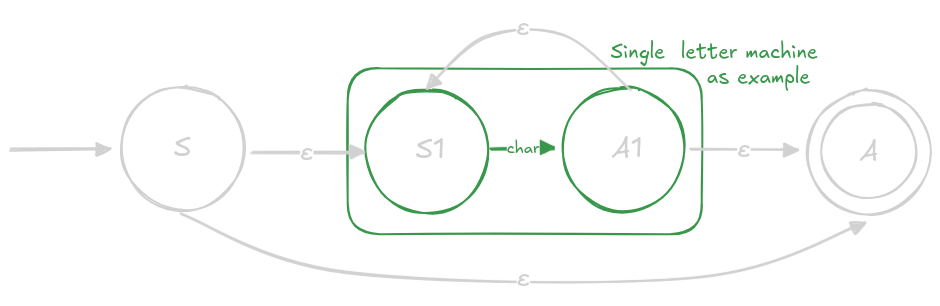
Obito-git/ft_lex keeps this Excalidraw diagram as regex/docs/regex_kleene_star.png. Above is the earlier version. Source tidied: one line per element, renumbered; positions are measured from the earlier drawing's top-left corner, leaving out a move shared by most shapes. Its diagram source:
```json
{"id": 0, "type": "ellipse", "strokeColor": "#1e1e1e", "strokeWidth": 2, "roughness": 1, "round": true, "x": 812, "y": 93, "width": 94, "height": 95}
{"id": 1, "type": "ellipse", "strokeColor": "#1e1e1e", "strokeWidth": 2, "roughness": 1, "round": true, "x": 798, "y": 80, "width": 123, "height": 124}
{"id": 2, "type": "text", "text": "A", "strokeColor": "#1e1e1e", "strokeWidth": 2, "roughness": 1, "fontSize": 28, "fontFamily": 5, "textAlign": "center", "verticalAlign": "middle", "inside": 1, "x": 850, "y": 125, "width": 19, "height": 35}
{"id": 3, "type": "ellipse", "strokeColor": "#1e1e1e", "strokeWidth": 2, "roughness": 1, "round": true, "x": 112, "y": 76, "width": 123, "height": 124}
{"id": 4, "type": "text", "text": "S", "strokeColor": "#1e1e1e", "strokeWidth": 2, "roughness": 1, "fontSize": 28, "fontFamily": 5, "textAlign": "center", "verticalAlign": "middle", "inside": 3, "x": 164, "y": 121, "width": 17, "height": 35}
{"id": 5, "type": "ellipse", "strokeColor": "#2f9e44", "strokeWidth": 2, "roughness": 1, "round": true, "x": 356, "y": 79, "width": 123, "height": 124}
{"id": 6, "type": "ellipse", "strokeColor": "#2f9e44", "strokeWidth": 2, "roughness": 1, "round": true, "x": 552, "y": 77, "width": 123, "height": 124}
{"id": 7, "type": "rectangle", "strokeColor": "#2f9e44", "strokeWidth": 2, "roughness": 1, "round": true, "x": 338, "y": 58, "width": 354, "height": 166}
{"id": 8, "type": "arrow", "strokeColor": "#1e1e1e", "strokeWidth": 2, "roughness": 1, "endArrowhead": "triangle", "round": true, "to": 3, "x": 0, "y": 139, "width": 100, "height": 0, "points": [[0, 0], [100, 0]]}
{"id": 9, "type": "arrow", "strokeColor": "#1e1e1e", "strokeWidth": 2, "roughness": 1, "endArrowhead": "triangle", "round": true, "from": 3, "to": 7, "x": 241, "y": 143, "width": 112, "height": 1, "points": [[0, 0], [112, -1]]}
{"id": 10, "type": "text", "text": "ε", "strokeColor": "#1e1e1e", "strokeWidth": 2, "roughness": 1, "fontSize": 28, "fontFamily": 5, "textAlign": "center", "verticalAlign": "middle", "inside": 9, "x": 290, "y": 125, "width": 13, "height": 35}
{"id": 11, "type": "arrow", "strokeColor": "#1e1e1e", "strokeWidth": 2, "roughness": 1, "endArrowhead": "triangle", "round": true, "from": 7, "to": 1, "x": 680, "y": 139, "width": 108, "height": 0, "points": [[0, 0], [108, 0]]}
{"id": 12, "type": "text", "text": "ε", "strokeColor": "#1e1e1e", "strokeWidth": 2, "roughness": 1, "fontSize": 28, "fontFamily": 5, "textAlign": "center", "verticalAlign": "middle", "inside": 11, "x": 728, "y": 122, "width": 13, "height": 35}
{"id": 13, "type": "text", "text": "S1", "strokeColor": "#1e1e1e", "strokeWidth": 2, "roughness": 1, "fontSize": 28, "fontFamily": 5, "x": 406, "y": 123, "width": 29, "height": 35}
{"id": 14, "type": "text", "text": "A1", "strokeColor": "#1e1e1e", "strokeWidth": 2, "roughness": 1, "fontSize": 28, "fontFamily": 5, "x": 602, "y": 122, "width": 31, "height": 35}
{"id": 15, "type": "arrow", "strokeColor": "#1e1e1e", "strokeWidth": 2, "roughness": 1, "endArrowhead": "triangle", "round": true, "from": 7, "to": 7, "x": 620, "y": 78, "width": 202, "height": 56, "points": [[0, 0], [-67, -56], [-146, -53], [-202, -2]]}
{"id": 16, "type": "text", "text": "ε", "strokeColor": "#1e1e1e", "strokeWidth": 2, "roughness": 1, "fontSize": 28, "fontFamily": 5, "textAlign": "center", "verticalAlign": "middle", "inside": 15, "x": 506, "y": 0, "width": 13, "height": 35}
{"id": 17, "type": "arrow", "strokeColor": "#1e1e1e", "strokeWidth": 2, "roughness": 1, "endArrowhead": "triangle", "round": true, "from": 3, "to": 1, "x": 172, "y": 202, "width": 684, "height": 63, "points": [[0, 0], [163, 57], [515, 63], [684, 7]]}
{"id": 18, "type": "text", "text": "ε", "strokeColor": "#1e1e1e", "strokeWidth": 2, "roughness": 1, "fontSize": 28, "fontFamily": 5, "textAlign": "center", "verticalAlign": "middle", "inside": 17, "x": 507, "y": 251, "width": 13, "height": 35}
{"id": 19, "type": "arrow", "strokeColor": "#2f9e44", "strokeWidth": 2, "roughness": 1, "endArrowhead": "triangle", "round": true, "from": 5, "to": 6, "x": 481, "y": 139, "width": 65, "height": 1, "points": [[0, 0], [65, -1]]}
{"id": 20, "type": "text", "text": "char", "strokeColor": "#2f9e44", "strokeWidth": 2, "roughness": 1, "fontSize": 16, "fontFamily": 5, "textAlign": "center", "verticalAlign": "middle", "inside": 19, "x": 497, "y": 129, "width": 33, "height": 20}
{"id": 21, "type": "text", "text": "Single  letter machine\n            as example", "strokeColor": "#2f9e44", "strokeWidth": 2, "roughness": 1, "fontSize": 20, "fontFamily": 5, "x": 601, "y": 31, "width": 207, "height": 50}
```
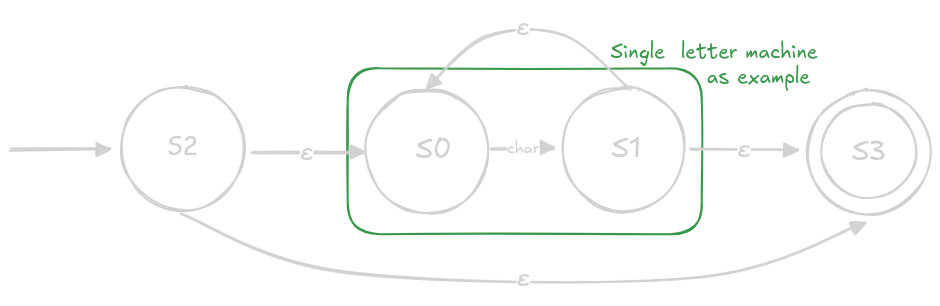
The same file after the commit.

Diff of the diagram source:
```diff
@@ -1,22 +1,22 @@
 {"id": 0, "type": "ellipse", "strokeColor": "#1e1e1e", "strokeWidth": 2, "roughness": 1, "round": true, "x": 812, "y": 93, "width": 94, "height": 95}
 {"id": 1, "type": "ellipse", "strokeColor": "#1e1e1e", "strokeWidth": 2, "roughness": 1, "round": true, "x": 798, "y": 80, "width": 123, "height": 124}
-{"id": 2, "type": "text", "text": "A", "strokeColor": "#1e1e1e", "strokeWidth": 2, "roughness": 1, "fontSize": 28, "fontFamily": 5, "textAlign": "center", "verticalAlign": "middle", "inside": 1, "x": 850, "y": 125, "width": 19, "height": 35}
+{"id": 2, "type": "text", "text": "S3", "strokeColor": "#1e1e1e", "strokeWidth": 2, "roughness": 1, "fontSize": 28, "fontFamily": 5, "textAlign": "center", "verticalAlign": "middle", "inside": 1, "x": 842, "y": 125, "width": 34, "height": 35}
 {"id": 3, "type": "ellipse", "strokeColor": "#1e1e1e", "strokeWidth": 2, "roughness": 1, "round": true, "x": 112, "y": 76, "width": 123, "height": 124}
-{"id": 4, "type": "text", "text": "S", "strokeColor": "#1e1e1e", "strokeWidth": 2, "roughness": 1, "fontSize": 28, "fontFamily": 5, "textAlign": "center", "verticalAlign": "middle", "inside": 3, "x": 164, "y": 121, "width": 17, "height": 35}
+{"id": 4, "type": "text", "text": "S2", "strokeColor": "#1e1e1e", "strokeWidth": 2, "roughness": 1, "fontSize": 28, "fontFamily": 8, "textAlign": "center", "verticalAlign": "middle", "inside": 3, "x": 158, "y": 121, "width": 31, "height": 35}
-{"id": 5, "type": "ellipse", "strokeColor": "#2f9e44", "strokeWidth": 2, "roughness": 1, "round": true, "x": 356, "y": 79, "width": 123, "height": 124}
+{"id": 5, "type": "ellipse", "strokeColor": "#1e1e1e", "strokeWidth": 2, "roughness": 1, "round": true, "x": 356, "y": 79, "width": 123, "height": 124}
-{"id": 6, "type": "ellipse", "strokeColor": "#2f9e44", "strokeWidth": 2, "roughness": 1, "round": true, "x": 552, "y": 77, "width": 123, "height": 124}
+{"id": 6, "type": "ellipse", "strokeColor": "#1e1e1e", "strokeWidth": 2, "roughness": 1, "round": true, "x": 552, "y": 77, "width": 123, "height": 124}
 {"id": 7, "type": "rectangle", "strokeColor": "#2f9e44", "strokeWidth": 2, "roughness": 1, "round": true, "x": 338, "y": 58, "width": 354, "height": 166}
 {"id": 8, "type": "arrow", "strokeColor": "#1e1e1e", "strokeWidth": 2, "roughness": 1, "endArrowhead": "triangle", "round": true, "to": 3, "x": 0, "y": 139, "width": 100, "height": 0, "points": [[0, 0], [100, 0]]}
 {"id": 9, "type": "arrow", "strokeColor": "#1e1e1e", "strokeWidth": 2, "roughness": 1, "endArrowhead": "triangle", "round": true, "from": 3, "to": 7, "x": 241, "y": 143, "width": 112, "height": 1, "points": [[0, 0], [112, -1]]}
 {"id": 10, "type": "text", "text": "ε", "strokeColor": "#1e1e1e", "strokeWidth": 2, "roughness": 1, "fontSize": 28, "fontFamily": 5, "textAlign": "center", "verticalAlign": "middle", "inside": 9, "x": 290, "y": 125, "width": 13, "height": 35}
 {"id": 11, "type": "arrow", "strokeColor": "#1e1e1e", "strokeWidth": 2, "roughness": 1, "endArrowhead": "triangle", "round": true, "from": 7, "to": 1, "x": 680, "y": 139, "width": 108, "height": 0, "points": [[0, 0], [108, 0]]}
 {"id": 12, "type": "text", "text": "ε", "strokeColor": "#1e1e1e", "strokeWidth": 2, "roughness": 1, "fontSize": 28, "fontFamily": 5, "textAlign": "center", "verticalAlign": "middle", "inside": 11, "x": 728, "y": 122, "width": 13, "height": 35}
-{"id": 13, "type": "text", "text": "S1", "strokeColor": "#1e1e1e", "strokeWidth": 2, "roughness": 1, "fontSize": 28, "fontFamily": 5, "x": 406, "y": 123, "width": 29, "height": 35}
+{"id": 13, "type": "text", "text": "S0", "strokeColor": "#1e1e1e", "strokeWidth": 2, "roughness": 1, "fontSize": 28, "fontFamily": 5, "x": 406, "y": 123, "width": 36, "height": 35}
-{"id": 14, "type": "text", "text": "A1", "strokeColor": "#1e1e1e", "strokeWidth": 2, "roughness": 1, "fontSize": 28, "fontFamily": 5, "x": 602, "y": 122, "width": 31, "height": 35}
+{"id": 14, "type": "text", "text": "S1", "strokeColor": "#1e1e1e", "strokeWidth": 2, "roughness": 1, "fontSize": 28, "fontFamily": 5, "x": 602, "y": 122, "width": 29, "height": 35}
 {"id": 15, "type": "arrow", "strokeColor": "#1e1e1e", "strokeWidth": 2, "roughness": 1, "endArrowhead": "triangle", "round": true, "from": 7, "to": 7, "x": 620, "y": 78, "width": 202, "height": 56, "points": [[0, 0], [-67, -56], [-146, -53], [-202, -2]]}
 {"id": 16, "type": "text", "text": "ε", "strokeColor": "#1e1e1e", "strokeWidth": 2, "roughness": 1, "fontSize": 28, "fontFamily": 5, "textAlign": "center", "verticalAlign": "middle", "inside": 15, "x": 506, "y": 0, "width": 13, "height": 35}
 {"id": 17, "type": "arrow", "strokeColor": "#1e1e1e", "strokeWidth": 2, "roughness": 1, "endArrowhead": "triangle", "round": true, "from": 3, "to": 1, "x": 172, "y": 202, "width": 684, "height": 63, "points": [[0, 0], [163, 57], [515, 63], [684, 7]]}
 {"id": 18, "type": "text", "text": "ε", "strokeColor": "#1e1e1e", "strokeWidth": 2, "roughness": 1, "fontSize": 28, "fontFamily": 5, "textAlign": "center", "verticalAlign": "middle", "inside": 17, "x": 507, "y": 251, "width": 13, "height": 35}
-{"id": 19, "type": "arrow", "strokeColor": "#2f9e44", "strokeWidth": 2, "roughness": 1, "endArrowhead": "triangle", "round": true, "from": 5, "to": 6, "x": 481, "y": 139, "width": 65, "height": 1, "points": [[0, 0], [65, -1]]}
+{"id": 19, "type": "arrow", "strokeColor": "#1e1e1e", "strokeWidth": 2, "roughness": 1, "endArrowhead": "triangle", "round": true, "from": 5, "to": 6, "x": 481, "y": 139, "width": 65, "height": 1, "points": [[0, 0], [65, -1]]}
-{"id": 20, "type": "text", "text": "char", "strokeColor": "#2f9e44", "strokeWidth": 2, "roughness": 1, "fontSize": 16, "fontFamily": 5, "textAlign": "center", "verticalAlign": "middle", "inside": 19, "x": 497, "y": 129, "width": 33, "height": 20}
+{"id": 20, "type": "text", "text": "char", "strokeColor": "#1e1e1e", "strokeWidth": 2, "roughness": 1, "fontSize": 16, "fontFamily": 5, "textAlign": "center", "verticalAlign": "middle", "inside": 19, "x": 497, "y": 129, "width": 33, "height": 20}
 {"id": 21, "type": "text", "text": "Single  letter machine\n            as example", "strokeColor": "#2f9e44", "strokeWidth": 2, "roughness": 1, "fontSize": 20, "fontFamily": 5, "x": 601, "y": 31, "width": 207, "height": 50}
```
